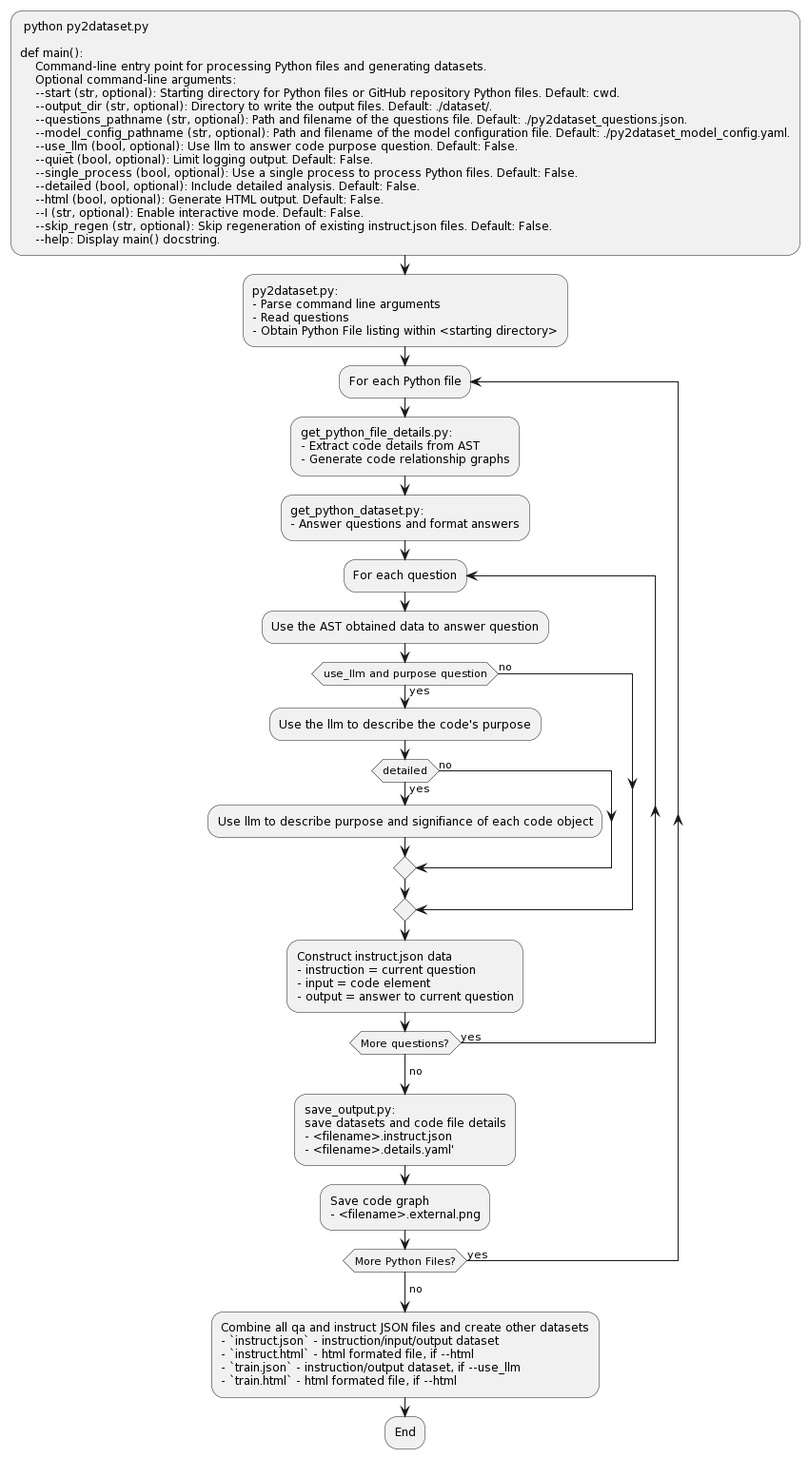
Earlier version of the PlantUML export py2dataset.png (jeffmeloy/py2dataset).
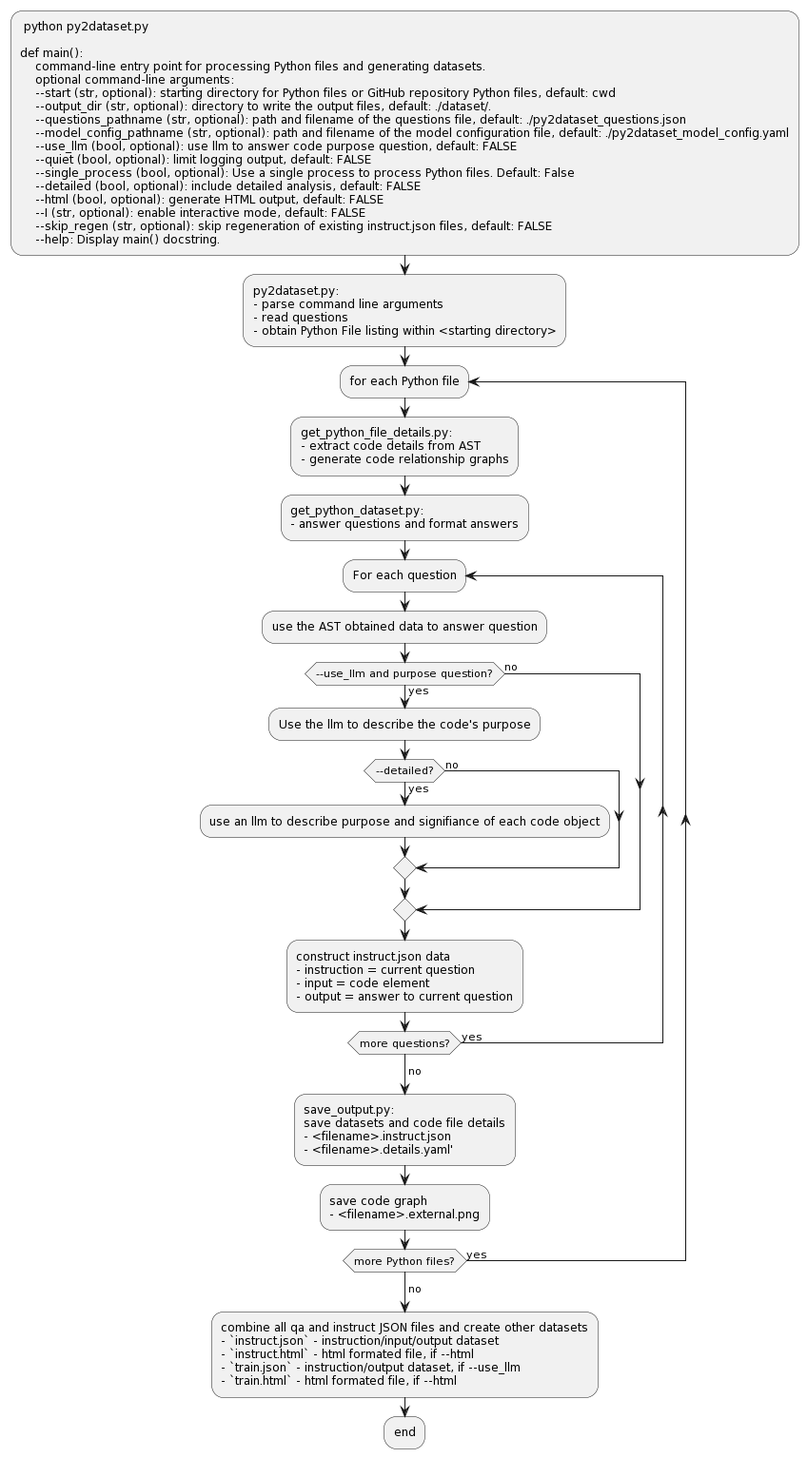
The same diagram one commit later.

What changed in the source:
```diff
@@ -2,51 +2,51 @@
 : python py2dataset.py
 
 def main():
-    Command-line entry point for processing Python files and generating datasets.
-    Optional command-line arguments:
-    --start (str, optional): Starting directory for Python files or GitHub repository Python files. Default: cwd.
-    --output_dir (str, optional): Directory to write the output files. Default: ./dataset/.
-    --questions_pathname (str, optional): Path and filename of the questions file. Default: ./py2dataset_questions.json.
-    --model_config_pathname (str, optional): Path and filename of the model configuration file. Default: ./py2dataset_model_config.yaml.
-    --use_llm (bool, optional): Use llm to answer code purpose question. Default: False.
-    --quiet (bool, optional): Limit logging output. Default: False.
-    --single_process (bool, optional): Use a single process to process Python files. Default: False.
-    --detailed (bool, optional): Include detailed analysis. Default: False.
-    --html (bool, optional): Generate HTML output. Default: False.
-    --I (str, optional): Enable interactive mode. Default: False.
-    --skip_regen (str, optional): Skip regeneration of existing instruct.json files. Default: False.
+    command-line entry point for processing Python files and generating datasets.
+    optional command-line arguments:
+    --start (str, optional): starting directory for Python files or GitHub repository Python files, default: cwd
+    --output_dir (str, optional): directory to write the output files, default: ./dataset/.
+    --questions_pathname (str, optional): path and filename of the questions file, default: ./py2dataset_questions.json
+    --model_config_pathname (str, optional): path and filename of the model configuration file, default: ./py2dataset_model_config.yaml
+    --use_llm (bool, optional): use llm to answer code purpose question, default: FALSE
+    --quiet (bool, optional): limit logging output, default: FALSE
+    --single_process (bool, optional): Use a single process to process Python files. Default: False
+    --detailed (bool, optional): include detailed analysis, default: FALSE
+    --html (bool, optional): generate HTML output, default: FALSE
+    --I (str, optional): enable interactive mode, default: FALSE
+    --skip_regen (str, optional): skip regeneration of existing instruct.json files, default: FALSE
     --help: Display main() docstring.;
 
 :py2dataset.py:
-- Parse command line arguments
-- Read questions
-- Obtain Python File listing within <starting directory>;
+- parse command line arguments
+- read questions
+- obtain Python File listing within <starting directory>;
 
-Repeat :For each Python file;
+Repeat :for each Python file;
 
 :get_python_file_details.py:
-- Extract code details from AST
-- Generate code relationship graphs;
+- extract code details from AST
+- generate code relationship graphs;
 :get_python_dataset.py:
-- Answer questions and format answers;
+- answer questions and format answers;
 
 Repeat :For each question;
-:Use the AST obtained data to answer question;
-if (use_llm and purpose question) then (yes)
+:use the AST obtained data to answer question;
+if (--use_llm and purpose question?) then (yes)
   :Use the llm to describe the code's purpose;
-  if (detailed) then (yes)
-    :Use llm to describe purpose and signifiance of each code object;
+  if (--detailed?) then (yes)
+    :use an llm to describe purpose and signifiance of each code object;
   else (no)
   endif
 else (no)
 endif
 
-:Construct instruct.json data
+:construct instruct.json data
 - instruction = current question
 - input = code element
 - output = answer to current question;
 
-Repeat while (More questions?) is (yes)
+Repeat while (more questions?) is (yes)
 ->no;
 
 :save_output.py:
@@ -54,17 +54,17 @@
 - <filename>.instruct.json
 - <filename>.details.yaml';
 
-:Save code graph
+:save code graph
 - <filename>.external.png;
 
-Repeat while (More Python Files?) is (yes)
+Repeat while (more Python files?) is (yes)
 ->no;
 
-:Combine all qa and instruct JSON files and create other datasets
+:combine all qa and instruct JSON files and create other datasets
 - `instruct.json` - instruction/input/output dataset
 - `instruct.html` - html formated file, if --html
 - `train.json` - instruction/output dataset, if --use_llm
 - `train.html` - html formated file, if --html;
 
-:End;
+:end;
 @enduml
```
